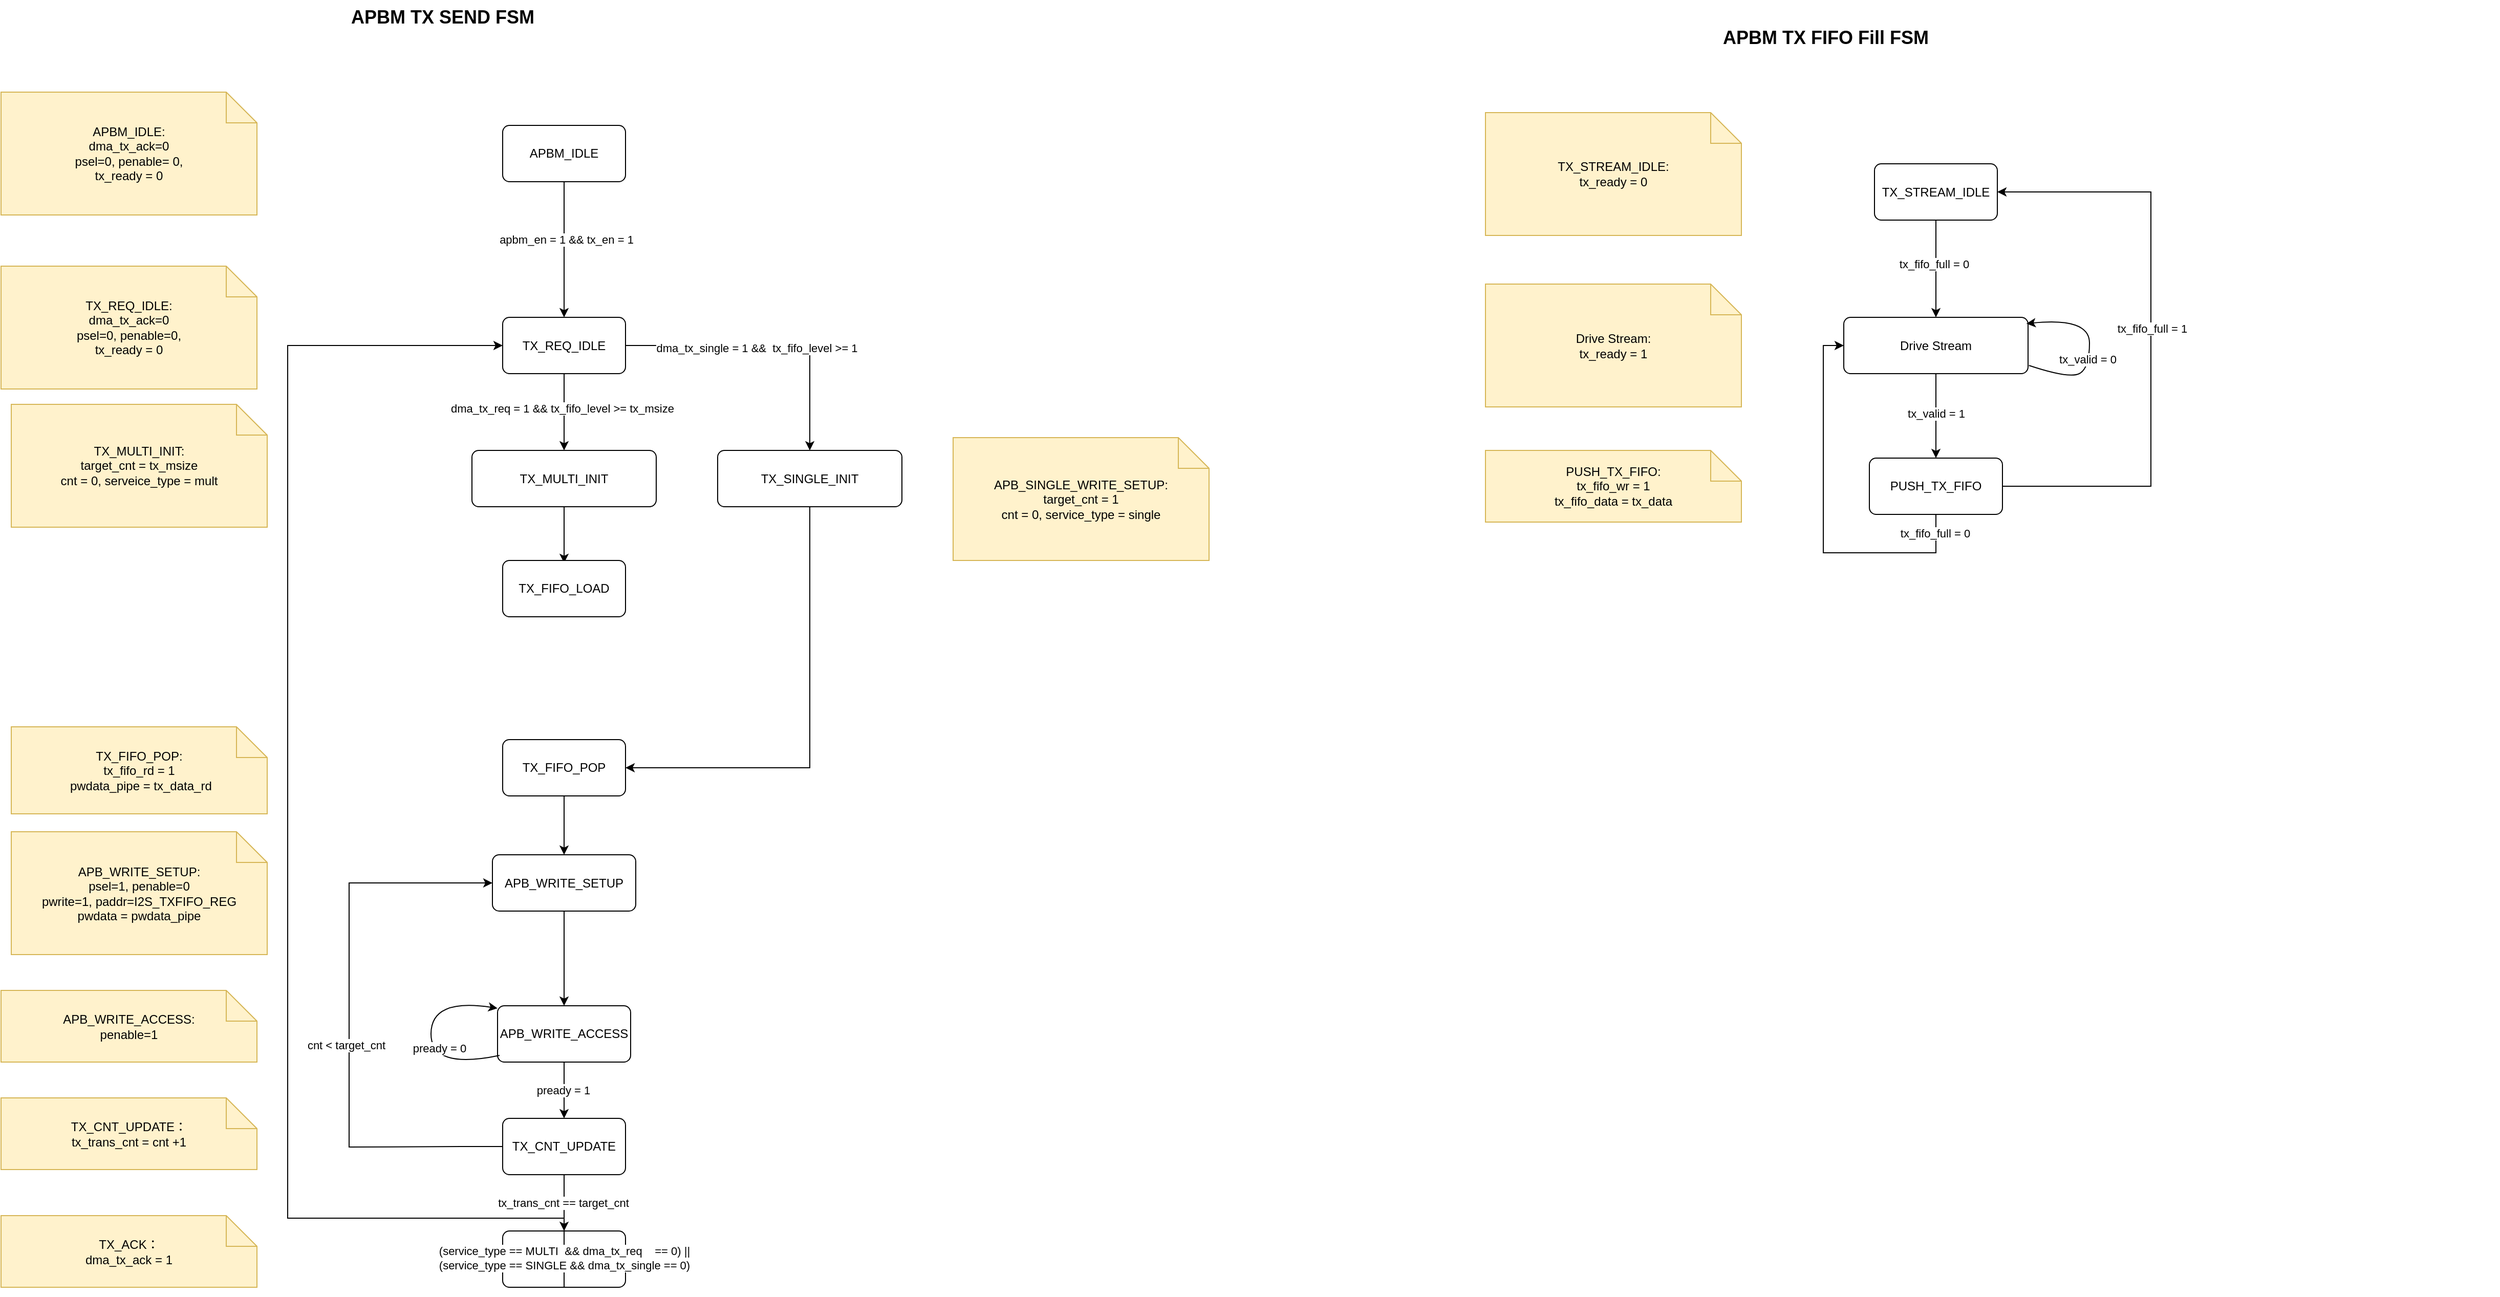
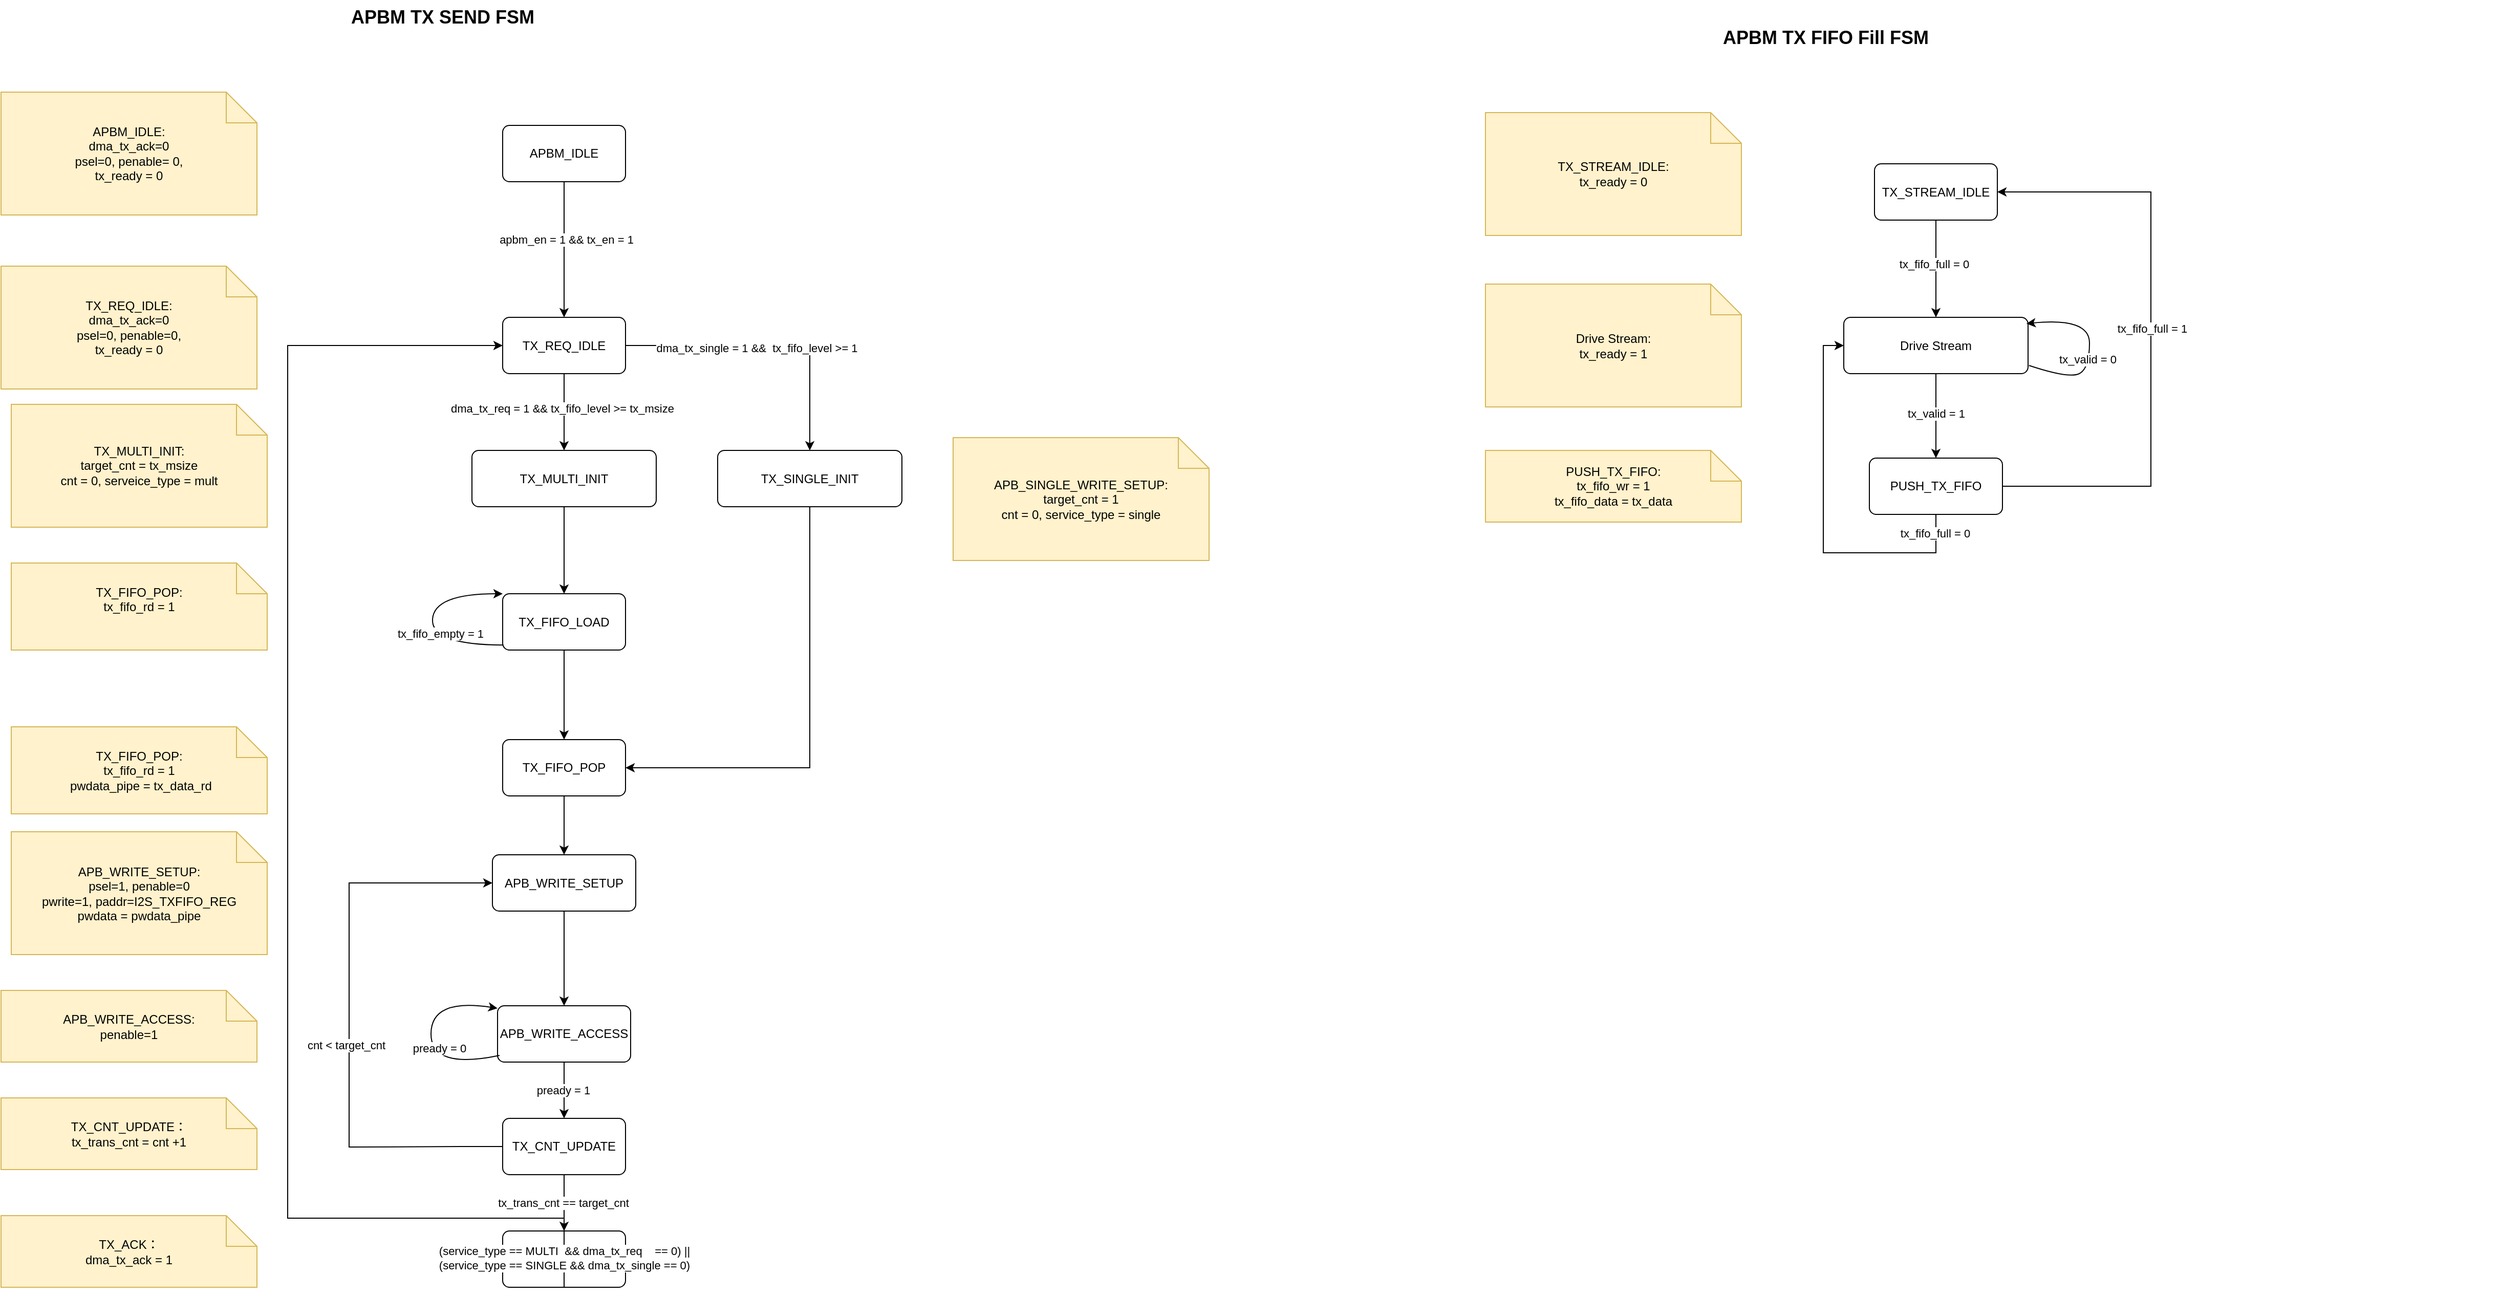
<mxfile host="app.diagrams.net">
  <diagram name="第 1 页" id="fH5n9Me7nUtPE_JYtTzi">
-     <mxGraphModel dx="911" dy="514" grid="1" gridSize="10" guides="1" tooltips="1" connect="1" arrows="1" fold="1" page="1" pageScale="1" pageWidth="827" pageHeight="1169" math="0" shadow="0">
+     <mxGraphModel dx="442" dy="250" grid="1" gridSize="10" guides="1" tooltips="1" connect="1" arrows="1" fold="1" page="1" pageScale="1" pageWidth="827" pageHeight="1169" math="0" shadow="0">
      <root>
        <mxCell id="0" />
        <mxCell id="1" parent="0" />
        <mxCell id="Ly1VW1kiYANL2SHkxWqd-1" parent="1" style="text;html=1;strokeColor=none;fillColor=none;fontSize=18;fontStyle=1;" value="APBM TX SEND FSM&amp;nbsp;&amp;nbsp;" vertex="1">
          <mxGeometry height="40" width="760" x="810" y="130" as="geometry" />
        </mxCell>
        <mxCell id="Ly1VW1kiYANL2SHkxWqd-2" parent="1" style="rounded=1;whiteSpace=wrap;html=1;arcSize=12;fillColor=#ffffff;strokeColor=#000000;" value="TX_REQ_IDLE" vertex="1">
          <mxGeometry height="55" width="120" x="960" y="440" as="geometry" />
        </mxCell>
        <mxCell id="Ly1VW1kiYANL2SHkxWqd-3" parent="1" style="rounded=1;whiteSpace=wrap;html=1;arcSize=12;fillColor=#ffffff;strokeColor=#000000;" value="APB_WRITE_SETUP" vertex="1">
          <mxGeometry height="55" width="140" x="950" y="965" as="geometry" />
        </mxCell>
        <mxCell id="Ly1VW1kiYANL2SHkxWqd-4" edge="1" parent="1" source="Ly1VW1kiYANL2SHkxWqd-2" style="endArrow=classic;html=1;rounded=0;exitX=0.5;exitY=1;exitDx=0;exitDy=0;entryX=0.5;entryY=0;entryDx=0;entryDy=0;" target="Ly1VW1kiYANL2SHkxWqd-40" value="">
          <mxGeometry height="50" relative="1" width="50" as="geometry">
            <mxPoint x="1040" y="560" as="sourcePoint" />
            <mxPoint x="1020" y="570" as="targetPoint" />
          </mxGeometry>
        </mxCell>
        <mxCell id="Ly1VW1kiYANL2SHkxWqd-5" connectable="0" parent="Ly1VW1kiYANL2SHkxWqd-4" style="edgeLabel;html=1;align=center;verticalAlign=middle;resizable=0;points=[];" value="dma_tx_req = 1 &amp;amp;&amp;amp; tx_fifo_level &amp;gt;= tx_msize" vertex="1">
          <mxGeometry relative="1" x="-0.0927" y="-2" as="geometry">
            <mxPoint as="offset" />
          </mxGeometry>
        </mxCell>
        <mxCell id="Ly1VW1kiYANL2SHkxWqd-6" parent="1" style="shape=note;whiteSpace=wrap;html=1;fillColor=#fff2cc;strokeColor=#d6b656;" value="APB_WRITE_SETUP:&lt;div&gt;psel=1, penable=0&lt;br&gt;pwrite=1, paddr=I2S_TXFIFO_REG&lt;/div&gt;&lt;div&gt;pwdata = pwdata_pipe&lt;/div&gt;" vertex="1">
          <mxGeometry height="120" width="250" x="480" y="942.5" as="geometry" />
        </mxCell>
        <mxCell id="Ly1VW1kiYANL2SHkxWqd-7" parent="1" style="rounded=1;whiteSpace=wrap;html=1;arcSize=12;fillColor=#ffffff;strokeColor=#000000;" value="APB_WRITE_ACCESS" vertex="1">
          <mxGeometry height="55" width="130" x="955" y="1112.5" as="geometry" />
        </mxCell>
        <mxCell id="Ly1VW1kiYANL2SHkxWqd-8" edge="1" parent="1" source="Ly1VW1kiYANL2SHkxWqd-3" style="endArrow=classic;html=1;rounded=0;exitX=0.5;exitY=1;exitDx=0;exitDy=0;entryX=0.5;entryY=0;entryDx=0;entryDy=0;" target="Ly1VW1kiYANL2SHkxWqd-7" value="">
          <mxGeometry height="50" relative="1" width="50" as="geometry">
            <mxPoint x="1030" y="1095" as="sourcePoint" />
            <mxPoint x="1080" y="1045" as="targetPoint" />
          </mxGeometry>
        </mxCell>
        <mxCell id="Ly1VW1kiYANL2SHkxWqd-9" parent="1" style="shape=note;whiteSpace=wrap;html=1;fillColor=#fff2cc;strokeColor=#d6b656;" value="APB_WRITE_ACCESS:&lt;br&gt;penable=1" vertex="1">
          <mxGeometry height="70" width="250" x="470" y="1097.5" as="geometry" />
        </mxCell>
        <mxCell id="Ly1VW1kiYANL2SHkxWqd-10" edge="1" parent="1" source="Ly1VW1kiYANL2SHkxWqd-7" style="curved=1;endArrow=classic;html=1;rounded=0;exitX=0.015;exitY=0.881;exitDx=0;exitDy=0;entryX=0;entryY=0;entryDx=0;entryDy=0;exitPerimeter=0;" value="">
          <mxGeometry height="50" relative="1" width="50" as="geometry">
            <Array as="points">
              <mxPoint x="890" y="1175" />
              <mxPoint x="890" y="1105" />
            </Array>
            <mxPoint x="955" y="1170" as="sourcePoint" />
            <mxPoint x="955" y="1115" as="targetPoint" />
          </mxGeometry>
        </mxCell>
        <mxCell id="Ly1VW1kiYANL2SHkxWqd-11" connectable="0" parent="Ly1VW1kiYANL2SHkxWqd-10" style="edgeLabel;html=1;align=center;verticalAlign=middle;resizable=0;points=[];" value="pready = 0" vertex="1">
          <mxGeometry relative="1" x="-0.1215" y="-8" as="geometry">
            <mxPoint as="offset" />
          </mxGeometry>
        </mxCell>
        <mxCell id="Ly1VW1kiYANL2SHkxWqd-13" edge="1" parent="1" source="Ly1VW1kiYANL2SHkxWqd-7" style="endArrow=classic;html=1;rounded=0;exitX=0.5;exitY=1;exitDx=0;exitDy=0;entryX=0.5;entryY=0;entryDx=0;entryDy=0;" target="Ly1VW1kiYANL2SHkxWqd-47" value="">
          <mxGeometry height="50" relative="1" width="50" as="geometry">
            <mxPoint x="1010" y="1245" as="sourcePoint" />
            <mxPoint x="1020" y="1212.5" as="targetPoint" />
          </mxGeometry>
        </mxCell>
        <mxCell id="Ly1VW1kiYANL2SHkxWqd-14" connectable="0" parent="Ly1VW1kiYANL2SHkxWqd-13" style="edgeLabel;html=1;align=center;verticalAlign=middle;resizable=0;points=[];" value="pready = 1" vertex="1">
          <mxGeometry relative="1" x="0.0089" y="-1" as="geometry">
            <mxPoint as="offset" />
          </mxGeometry>
        </mxCell>
        <mxCell id="Ly1VW1kiYANL2SHkxWqd-16" parent="1" style="rounded=1;whiteSpace=wrap;html=1;arcSize=12;fillColor=#ffffff;strokeColor=#000000;" value="TX_ACK" vertex="1">
          <mxGeometry height="55" width="120" x="960" y="1332.5" as="geometry" />
        </mxCell>
        <mxCell id="Ly1VW1kiYANL2SHkxWqd-17" edge="1" parent="1" source="Ly1VW1kiYANL2SHkxWqd-47" style="endArrow=classic;html=1;rounded=0;exitX=0.5;exitY=1;exitDx=0;exitDy=0;entryX=0.5;entryY=0;entryDx=0;entryDy=0;" target="Ly1VW1kiYANL2SHkxWqd-16" value="">
          <mxGeometry height="50" relative="1" width="50" as="geometry">
            <mxPoint x="1150.3600000000001" y="1167.5" as="sourcePoint" />
            <mxPoint x="1150" y="1202.5" as="targetPoint" />
          </mxGeometry>
        </mxCell>
        <mxCell id="Ly1VW1kiYANL2SHkxWqd-18" connectable="0" parent="Ly1VW1kiYANL2SHkxWqd-17" style="edgeLabel;html=1;align=center;verticalAlign=middle;resizable=0;points=[];" value="tx_trans_cnt == target_cnt" vertex="1">
          <mxGeometry relative="1" x="0.0089" y="-1" as="geometry">
            <mxPoint as="offset" />
          </mxGeometry>
        </mxCell>
        <mxCell id="Ly1VW1kiYANL2SHkxWqd-19" parent="1" style="shape=note;whiteSpace=wrap;html=1;fillColor=#fff2cc;strokeColor=#d6b656;" value="TX_ACK：&lt;div&gt;dma_tx_ack = 1&lt;/div&gt;" vertex="1">
          <mxGeometry height="70" width="250" x="470" y="1317.5" as="geometry" />
        </mxCell>
        <mxCell id="Ly1VW1kiYANL2SHkxWqd-20" parent="1" style="shape=note;whiteSpace=wrap;html=1;fillColor=#fff2cc;strokeColor=#d6b656;" value="TX_REQ_IDLE:&lt;div&gt;dma_tx_ack=0&lt;/div&gt;&lt;div&gt;psel=0, penable=0,&lt;br&gt;&lt;/div&gt;&lt;div&gt;tx_ready = 0&lt;br&gt;&lt;/div&gt;" vertex="1">
          <mxGeometry height="120" width="250" x="470" y="390" as="geometry" />
        </mxCell>
        <mxCell id="Ly1VW1kiYANL2SHkxWqd-21" edge="1" parent="1" source="Ly1VW1kiYANL2SHkxWqd-16" style="endArrow=classic;html=1;rounded=0;exitX=0.5;exitY=1;exitDx=0;exitDy=0;edgeStyle=orthogonalEdgeStyle;entryX=0;entryY=0.5;entryDx=0;entryDy=0;" target="Ly1VW1kiYANL2SHkxWqd-2" value="">
          <mxGeometry height="50" relative="1" width="50" as="geometry">
            <Array as="points">
              <mxPoint x="1020" y="1320" />
              <mxPoint x="750" y="1320" />
              <mxPoint x="750" y="468" />
            </Array>
            <mxPoint x="909.95" y="1052.5" as="sourcePoint" />
            <mxPoint x="850" y="465" as="targetPoint" />
          </mxGeometry>
        </mxCell>
        <mxCell id="Ly1VW1kiYANL2SHkxWqd-22" connectable="0" parent="Ly1VW1kiYANL2SHkxWqd-21" style="edgeLabel;html=1;align=center;verticalAlign=middle;resizable=0;points=[];" value="&lt;div&gt;(service_type == MULTI&amp;nbsp; &amp;amp;&amp;amp; dma_tx_req&amp;nbsp; &amp;nbsp; == 0) ||&lt;/div&gt;&lt;div&gt;(service_type == SINGLE &amp;amp;&amp;amp; dma_tx_single == 0)&lt;/div&gt;" vertex="1">
          <mxGeometry relative="1" x="-0.9589" as="geometry">
            <mxPoint as="offset" />
          </mxGeometry>
        </mxCell>
        <mxCell id="Ly1VW1kiYANL2SHkxWqd-23" edge="1" parent="1" source="Ly1VW1kiYANL2SHkxWqd-2" style="endArrow=classic;html=1;rounded=0;exitX=1;exitY=0.5;exitDx=0;exitDy=0;edgeStyle=orthogonalEdgeStyle;entryX=0.5;entryY=0;entryDx=0;entryDy=0;" target="Ly1VW1kiYANL2SHkxWqd-25" value="">
          <mxGeometry height="50" relative="1" width="50" as="geometry">
            <mxPoint x="1250" y="540" as="sourcePoint" />
            <mxPoint x="1260" y="560" as="targetPoint" />
          </mxGeometry>
        </mxCell>
        <mxCell id="Ly1VW1kiYANL2SHkxWqd-24" connectable="0" parent="Ly1VW1kiYANL2SHkxWqd-23" style="edgeLabel;html=1;align=center;verticalAlign=middle;resizable=0;points=[];" value="dma_tx_single = 1 &amp;amp;&amp;amp;&amp;nbsp; tx_fifo_level &amp;gt;= 1" vertex="1">
          <mxGeometry relative="1" x="-0.0927" y="-2" as="geometry">
            <mxPoint as="offset" />
          </mxGeometry>
        </mxCell>
        <mxCell id="Ly1VW1kiYANL2SHkxWqd-25" parent="1" style="rounded=1;whiteSpace=wrap;html=1;arcSize=12;fillColor=#ffffff;strokeColor=#000000;" value="TX_SINGLE_INIT" vertex="1">
          <mxGeometry height="55" width="180" x="1170" y="570" as="geometry" />
        </mxCell>
        <mxCell id="Ly1VW1kiYANL2SHkxWqd-26" parent="1" style="shape=note;whiteSpace=wrap;html=1;fillColor=#fff2cc;strokeColor=#d6b656;" value="APB_SINGLE_WRITE_SETUP:&lt;div&gt;target_cnt = 1&lt;br&gt;cnt = 0, service_type = single&lt;/div&gt;" vertex="1">
          <mxGeometry height="120" width="250" x="1400" y="557.5" as="geometry" />
        </mxCell>
        <mxCell id="Ly1VW1kiYANL2SHkxWqd-27" edge="1" parent="1" source="Ly1VW1kiYANL2SHkxWqd-25" style="endArrow=classic;html=1;rounded=0;exitX=0.5;exitY=1;exitDx=0;exitDy=0;edgeStyle=orthogonalEdgeStyle;entryX=1;entryY=0.5;entryDx=0;entryDy=0;" target="Ly1VW1kiYANL2SHkxWqd-28" value="">
          <mxGeometry height="50" relative="1" width="50" as="geometry">
            <mxPoint x="1230" y="950" as="sourcePoint" />
            <mxPoint x="1090" y="705" as="targetPoint" />
          </mxGeometry>
        </mxCell>
        <mxCell id="Ly1VW1kiYANL2SHkxWqd-28" parent="1" style="rounded=1;whiteSpace=wrap;html=1;arcSize=12;fillColor=#ffffff;strokeColor=#000000;" value="TX_FIFO_POP" vertex="1">
          <mxGeometry height="55" width="120" x="960" y="852.5" as="geometry" />
        </mxCell>
-         <mxCell id="Ly1VW1kiYANL2SHkxWqd-29" edge="1" parent="1" source="Ly1VW1kiYANL2SHkxWqd-40" style="endArrow=classic;html=1;rounded=0;exitX=0.5;exitY=1;exitDx=0;exitDy=0;" value="">
-           <mxGeometry height="50" relative="1" width="50" as="geometry">
+         <mxCell id="Ly1VW1kiYANL2SHkxWqd-29" edge="1" parent="1" source="Ly1VW1kiYANL2SHkxWqd-40" style="endArrow=classic;html=1;rounded=0;exitX=0.5;exitY=1;exitDx=0;exitDy=0;entryX=0.5;entryY=0;entryDx=0;entryDy=0;" target="Ly1VW1kiYANL2SHkxWqd-66" value="">
+           <mxGeometry height="50" relative="1" width="50" as="geometry">
+             <Array as="points">
+               <mxPoint x="1020" y="650" />
+             </Array>
            <mxPoint x="1010" y="630" as="sourcePoint" />
            <mxPoint x="1020" y="680" as="targetPoint" />
          </mxGeometry>
        </mxCell>
        <mxCell id="Ly1VW1kiYANL2SHkxWqd-33" parent="1" style="shape=note;whiteSpace=wrap;html=1;fillColor=#fff2cc;strokeColor=#d6b656;" value="TX_FIFO_POP:&lt;div&gt;tx_fifo_rd = 1&lt;br&gt;&lt;div&gt;&amp;nbsp;pwdata_pipe = tx_data_rd&lt;/div&gt;&lt;/div&gt;" vertex="1">
          <mxGeometry height="85" width="250" x="480" y="840" as="geometry" />
        </mxCell>
        <mxCell id="Ly1VW1kiYANL2SHkxWqd-34" parent="1" style="rounded=1;whiteSpace=wrap;html=1;arcSize=12;fillColor=#ffffff;strokeColor=#000000;" value="APBM_IDLE" vertex="1">
          <mxGeometry height="55" width="120" x="960" y="252.5" as="geometry" />
        </mxCell>
        <mxCell id="Ly1VW1kiYANL2SHkxWqd-35" edge="1" parent="1" source="Ly1VW1kiYANL2SHkxWqd-34" style="endArrow=classic;html=1;rounded=0;exitX=0.5;exitY=1;exitDx=0;exitDy=0;" target="Ly1VW1kiYANL2SHkxWqd-2" value="">
          <mxGeometry height="50" relative="1" width="50" as="geometry">
            <mxPoint x="1060" y="360" as="sourcePoint" />
            <mxPoint x="1110" y="310" as="targetPoint" />
          </mxGeometry>
        </mxCell>
        <mxCell id="Ly1VW1kiYANL2SHkxWqd-36" connectable="0" parent="Ly1VW1kiYANL2SHkxWqd-35" style="edgeLabel;html=1;align=center;verticalAlign=middle;resizable=0;points=[];" value="apbm_en = 1 &amp;amp;&amp;amp; tx_en = 1" vertex="1">
          <mxGeometry relative="1" x="-0.1446" y="2" as="geometry">
            <mxPoint as="offset" />
          </mxGeometry>
        </mxCell>
        <mxCell id="Ly1VW1kiYANL2SHkxWqd-37" parent="1" style="shape=note;whiteSpace=wrap;html=1;fillColor=#fff2cc;strokeColor=#d6b656;" value="APBM_IDLE:&lt;div&gt;dma_tx_ack=0&lt;/div&gt;&lt;div&gt;psel=0, penable= 0,&lt;br&gt;&lt;/div&gt;&lt;div&gt;tx_ready = 0&lt;/div&gt;" vertex="1">
          <mxGeometry height="120" width="250" x="470" y="220" as="geometry" />
        </mxCell>
        <mxCell id="Ly1VW1kiYANL2SHkxWqd-38" edge="1" parent="1" source="Ly1VW1kiYANL2SHkxWqd-47" style="endArrow=classic;html=1;rounded=0;edgeStyle=orthogonalEdgeStyle;entryX=0;entryY=0.5;entryDx=0;entryDy=0;exitX=0;exitY=0.5;exitDx=0;exitDy=0;" target="Ly1VW1kiYANL2SHkxWqd-3" value="">
          <mxGeometry height="50" relative="1" width="50" as="geometry">
            <Array as="points">
              <mxPoint x="920" y="1249.5" />
              <mxPoint x="810" y="1250.5" />
              <mxPoint x="810" y="992.5" />
            </Array>
            <mxPoint x="920" y="1212.5" as="sourcePoint" />
            <mxPoint x="800" y="872.5" as="targetPoint" />
          </mxGeometry>
        </mxCell>
        <mxCell id="Ly1VW1kiYANL2SHkxWqd-39" connectable="0" parent="Ly1VW1kiYANL2SHkxWqd-38" style="edgeLabel;html=1;align=center;verticalAlign=middle;resizable=0;points=[];" value="cnt &amp;lt; target_cnt" vertex="1">
          <mxGeometry relative="1" x="-0.0902" y="3" as="geometry">
            <mxPoint as="offset" />
          </mxGeometry>
        </mxCell>
        <mxCell id="Ly1VW1kiYANL2SHkxWqd-40" parent="1" style="rounded=1;whiteSpace=wrap;html=1;arcSize=12;fillColor=#ffffff;strokeColor=#000000;" value="TX_MULTI_INIT" vertex="1">
          <mxGeometry height="55" width="180" x="930" y="570" as="geometry" />
        </mxCell>
        <mxCell id="Ly1VW1kiYANL2SHkxWqd-42" parent="1" style="shape=note;whiteSpace=wrap;html=1;fillColor=#fff2cc;strokeColor=#d6b656;" value="TX_MULTI_INIT:&lt;div&gt;target_cnt = tx_msize&lt;br&gt;cnt = 0, serveice_type = mult&lt;/div&gt;" vertex="1">
          <mxGeometry height="120" width="250" x="480" y="525" as="geometry" />
        </mxCell>
        <mxCell id="Ly1VW1kiYANL2SHkxWqd-45" edge="1" parent="1" source="Ly1VW1kiYANL2SHkxWqd-28" style="endArrow=classic;html=1;rounded=0;exitX=0.5;exitY=1;exitDx=0;exitDy=0;" target="Ly1VW1kiYANL2SHkxWqd-3" value="">
          <mxGeometry height="50" relative="1" width="50" as="geometry">
            <mxPoint x="1019.5699999999999" y="907.5" as="sourcePoint" />
            <mxPoint x="1019.5699999999999" y="964.5" as="targetPoint" />
          </mxGeometry>
        </mxCell>
        <mxCell id="Ly1VW1kiYANL2SHkxWqd-47" parent="1" style="rounded=1;whiteSpace=wrap;html=1;arcSize=12;fillColor=#ffffff;strokeColor=#000000;" value="TX_CNT_UPDATE" vertex="1">
          <mxGeometry height="55" width="120" x="960" y="1222.5" as="geometry" />
        </mxCell>
        <mxCell id="Ly1VW1kiYANL2SHkxWqd-48" parent="1" style="shape=note;whiteSpace=wrap;html=1;fillColor=#fff2cc;strokeColor=#d6b656;" value="TX_CNT_UPDATE：&lt;div&gt;tx_trans_cnt = cnt +1&lt;/div&gt;" vertex="1">
          <mxGeometry height="70" width="250" x="470" y="1202.5" as="geometry" />
        </mxCell>
        <mxCell id="Ly1VW1kiYANL2SHkxWqd-49" parent="1" style="text;html=1;strokeColor=none;fillColor=none;fontSize=18;fontStyle=1;" value="APBM TX FIFO Fill FSM&amp;nbsp;&amp;nbsp;" vertex="1">
          <mxGeometry height="40" width="760" x="2150" y="150" as="geometry" />
        </mxCell>
        <mxCell id="Ly1VW1kiYANL2SHkxWqd-50" parent="1" style="rounded=1;whiteSpace=wrap;html=1;arcSize=12;fillColor=#ffffff;strokeColor=#000000;" value="TX_STREAM_IDLE" vertex="1">
          <mxGeometry height="55" width="120" x="2300" y="290" as="geometry" />
        </mxCell>
        <mxCell id="Ly1VW1kiYANL2SHkxWqd-51" parent="1" style="rounded=1;whiteSpace=wrap;html=1;arcSize=12;fillColor=#ffffff;strokeColor=#000000;" value="Drive Stream" vertex="1">
          <mxGeometry height="55" width="180" x="2270" y="440" as="geometry" />
        </mxCell>
        <mxCell id="Ly1VW1kiYANL2SHkxWqd-52" edge="1" parent="1" source="Ly1VW1kiYANL2SHkxWqd-50" style="endArrow=classic;html=1;rounded=0;exitX=0.5;exitY=1;exitDx=0;exitDy=0;entryX=0.5;entryY=0;entryDx=0;entryDy=0;" target="Ly1VW1kiYANL2SHkxWqd-51" value="">
          <mxGeometry height="50" relative="1" width="50" as="geometry">
            <mxPoint x="2380" y="410" as="sourcePoint" />
            <mxPoint x="2430" y="360" as="targetPoint" />
          </mxGeometry>
        </mxCell>
        <mxCell id="Ly1VW1kiYANL2SHkxWqd-53" connectable="0" parent="Ly1VW1kiYANL2SHkxWqd-52" style="edgeLabel;html=1;align=center;verticalAlign=middle;resizable=0;points=[];" value="tx_fifo_full = 0" vertex="1">
          <mxGeometry relative="1" x="-0.0927" y="-2" as="geometry">
            <mxPoint as="offset" />
          </mxGeometry>
        </mxCell>
        <mxCell id="Ly1VW1kiYANL2SHkxWqd-54" parent="1" style="shape=note;whiteSpace=wrap;html=1;fillColor=#fff2cc;strokeColor=#d6b656;" value="Drive Stream:&lt;div&gt;tx_ready = 1&lt;/div&gt;" vertex="1">
          <mxGeometry height="120" width="250" x="1920" y="407.5" as="geometry" />
        </mxCell>
        <mxCell id="Ly1VW1kiYANL2SHkxWqd-55" parent="1" style="rounded=1;whiteSpace=wrap;html=1;arcSize=12;fillColor=#ffffff;strokeColor=#000000;" value="PUSH_TX_FIFO" vertex="1">
          <mxGeometry height="55" width="130" x="2295" y="577.5" as="geometry" />
        </mxCell>
        <mxCell id="Ly1VW1kiYANL2SHkxWqd-56" edge="1" parent="1" source="Ly1VW1kiYANL2SHkxWqd-51" style="endArrow=classic;html=1;rounded=0;exitX=0.5;exitY=1;exitDx=0;exitDy=0;entryX=0.5;entryY=0;entryDx=0;entryDy=0;" target="Ly1VW1kiYANL2SHkxWqd-55" value="">
          <mxGeometry height="50" relative="1" width="50" as="geometry">
            <mxPoint x="2370" y="560" as="sourcePoint" />
            <mxPoint x="2420" y="510" as="targetPoint" />
          </mxGeometry>
        </mxCell>
        <mxCell id="Ly1VW1kiYANL2SHkxWqd-57" connectable="0" parent="Ly1VW1kiYANL2SHkxWqd-56" style="edgeLabel;html=1;align=center;verticalAlign=middle;resizable=0;points=[];" value="tx_valid = 1" vertex="1">
          <mxGeometry relative="1" x="-0.0537" as="geometry">
            <mxPoint as="offset" />
          </mxGeometry>
        </mxCell>
        <mxCell id="Ly1VW1kiYANL2SHkxWqd-58" parent="1" style="shape=note;whiteSpace=wrap;html=1;fillColor=#fff2cc;strokeColor=#d6b656;" value="PUSH_TX_FIFO:&lt;div&gt;tx_fifo_wr = 1&lt;/div&gt;&lt;div&gt;tx_fifo_data = tx_data&lt;/div&gt;" vertex="1">
          <mxGeometry height="70" width="250" x="1920" y="570" as="geometry" />
        </mxCell>
        <mxCell id="Ly1VW1kiYANL2SHkxWqd-59" parent="1" style="shape=note;whiteSpace=wrap;html=1;fillColor=#fff2cc;strokeColor=#d6b656;" value="TX_STREAM_IDLE:&lt;div&gt;tx_ready = 0&lt;/div&gt;" vertex="1">
          <mxGeometry height="120" width="250" x="1920" y="240" as="geometry" />
        </mxCell>
        <mxCell id="Ly1VW1kiYANL2SHkxWqd-60" edge="1" parent="1" source="Ly1VW1kiYANL2SHkxWqd-55" style="endArrow=classic;html=1;rounded=0;exitX=0.5;exitY=1;exitDx=0;exitDy=0;entryX=0;entryY=0.5;entryDx=0;entryDy=0;edgeStyle=orthogonalEdgeStyle;" target="Ly1VW1kiYANL2SHkxWqd-51" value="">
          <mxGeometry height="50" relative="1" width="50" as="geometry">
            <Array as="points">
              <mxPoint x="2360" y="670" />
              <mxPoint x="2250" y="670" />
              <mxPoint x="2250" y="468" />
            </Array>
            <mxPoint x="2550" y="570" as="sourcePoint" />
            <mxPoint x="2600" y="520" as="targetPoint" />
          </mxGeometry>
        </mxCell>
        <mxCell id="Ly1VW1kiYANL2SHkxWqd-61" connectable="0" parent="Ly1VW1kiYANL2SHkxWqd-60" style="edgeLabel;html=1;align=center;verticalAlign=middle;resizable=0;points=[];" value="tx_fifo_full = 0" vertex="1">
          <mxGeometry relative="1" x="-0.9016" y="-1" as="geometry">
            <mxPoint as="offset" />
          </mxGeometry>
        </mxCell>
        <mxCell id="Ly1VW1kiYANL2SHkxWqd-62" edge="1" parent="1" source="Ly1VW1kiYANL2SHkxWqd-55" style="endArrow=classic;html=1;rounded=0;exitX=1;exitY=0.5;exitDx=0;exitDy=0;entryX=1;entryY=0.5;entryDx=0;entryDy=0;edgeStyle=orthogonalEdgeStyle;" target="Ly1VW1kiYANL2SHkxWqd-50" value="">
          <mxGeometry height="50" relative="1" width="50" as="geometry">
            <Array as="points">
              <mxPoint x="2570" y="605" />
              <mxPoint x="2570" y="318" />
            </Array>
            <mxPoint x="2510" y="600" as="sourcePoint" />
            <mxPoint x="2560" y="550" as="targetPoint" />
          </mxGeometry>
        </mxCell>
        <mxCell id="Ly1VW1kiYANL2SHkxWqd-63" connectable="0" parent="Ly1VW1kiYANL2SHkxWqd-62" style="edgeLabel;html=1;align=center;verticalAlign=middle;resizable=0;points=[];" value="tx_fifo_full = 1" vertex="1">
          <mxGeometry relative="1" x="0.0267" y="-1" as="geometry">
            <mxPoint as="offset" />
          </mxGeometry>
        </mxCell>
        <mxCell id="Ly1VW1kiYANL2SHkxWqd-64" edge="1" parent="1" source="Ly1VW1kiYANL2SHkxWqd-51" style="curved=1;endArrow=classic;html=1;rounded=0;entryX=0.991;entryY=0.112;entryDx=0;entryDy=0;exitX=1.005;exitY=0.854;exitDx=0;exitDy=0;exitPerimeter=0;entryPerimeter=0;" target="Ly1VW1kiYANL2SHkxWqd-51" value="">
          <mxGeometry height="50" relative="1" width="50" as="geometry">
            <Array as="points">
              <mxPoint x="2490" y="500" />
              <mxPoint x="2510" y="490" />
              <mxPoint x="2510" y="440" />
            </Array>
            <mxPoint x="2460" y="560" as="sourcePoint" />
            <mxPoint x="2510" y="510" as="targetPoint" />
          </mxGeometry>
        </mxCell>
        <mxCell id="Ly1VW1kiYANL2SHkxWqd-65" connectable="0" parent="Ly1VW1kiYANL2SHkxWqd-64" style="edgeLabel;html=1;align=center;verticalAlign=middle;resizable=0;points=[];" value="tx_valid = 0" vertex="1">
          <mxGeometry relative="1" x="-0.1698" y="2" as="geometry">
            <mxPoint as="offset" />
          </mxGeometry>
        </mxCell>
        <mxCell id="Ly1VW1kiYANL2SHkxWqd-66" parent="1" style="rounded=1;whiteSpace=wrap;html=1;arcSize=12;fillColor=#ffffff;strokeColor=#000000;" value="TX_FIFO_LOAD" vertex="1">
-           <mxGeometry height="55" width="120" x="960" y="677.5" as="geometry" />
+           <mxGeometry height="55" width="120" x="960" y="710" as="geometry" />
+         </mxCell>
+         <mxCell id="Ly1VW1kiYANL2SHkxWqd-68" edge="1" parent="1" source="Ly1VW1kiYANL2SHkxWqd-66" style="endArrow=classic;html=1;rounded=0;exitX=0.5;exitY=1;exitDx=0;exitDy=0;" target="Ly1VW1kiYANL2SHkxWqd-28" value="">
+           <mxGeometry height="50" relative="1" width="50" as="geometry">
+             <mxPoint x="1070" y="820" as="sourcePoint" />
+             <mxPoint x="1120" y="770" as="targetPoint" />
+           </mxGeometry>
+         </mxCell>
+         <mxCell id="Ly1VW1kiYANL2SHkxWqd-69" parent="1" style="shape=note;whiteSpace=wrap;html=1;fillColor=#fff2cc;strokeColor=#d6b656;" value="TX_FIFO_POP:&lt;div&gt;tx_fifo_rd = 1&lt;br&gt;&lt;div&gt;&lt;br&gt;&lt;/div&gt;&lt;/div&gt;" vertex="1">
+           <mxGeometry height="85" width="250" x="480" y="680" as="geometry" />
+         </mxCell>
+         <mxCell id="Ly1VW1kiYANL2SHkxWqd-70" edge="1" parent="1" source="Ly1VW1kiYANL2SHkxWqd-66" style="curved=1;endArrow=classic;html=1;rounded=0;exitX=0.006;exitY=0.911;exitDx=0;exitDy=0;entryX=0;entryY=0;entryDx=0;entryDy=0;exitPerimeter=0;" target="Ly1VW1kiYANL2SHkxWqd-66" value="">
+           <mxGeometry height="50" relative="1" width="50" as="geometry">
+             <Array as="points">
+               <mxPoint x="890" y="760" />
+               <mxPoint x="893" y="710" />
+             </Array>
+             <mxPoint x="960" y="766" as="sourcePoint" />
+             <mxPoint x="958" y="720" as="targetPoint" />
+           </mxGeometry>
+         </mxCell>
+         <mxCell id="Ly1VW1kiYANL2SHkxWqd-71" connectable="0" parent="Ly1VW1kiYANL2SHkxWqd-70" style="edgeLabel;html=1;align=center;verticalAlign=middle;resizable=0;points=[];" value="tx_fifo_empty = 1" vertex="1">
+           <mxGeometry relative="1" x="-0.1215" y="-8" as="geometry">
+             <mxPoint as="offset" />
+           </mxGeometry>
        </mxCell>
      </root>
    </mxGraphModel>
  </diagram>
</mxfile>
